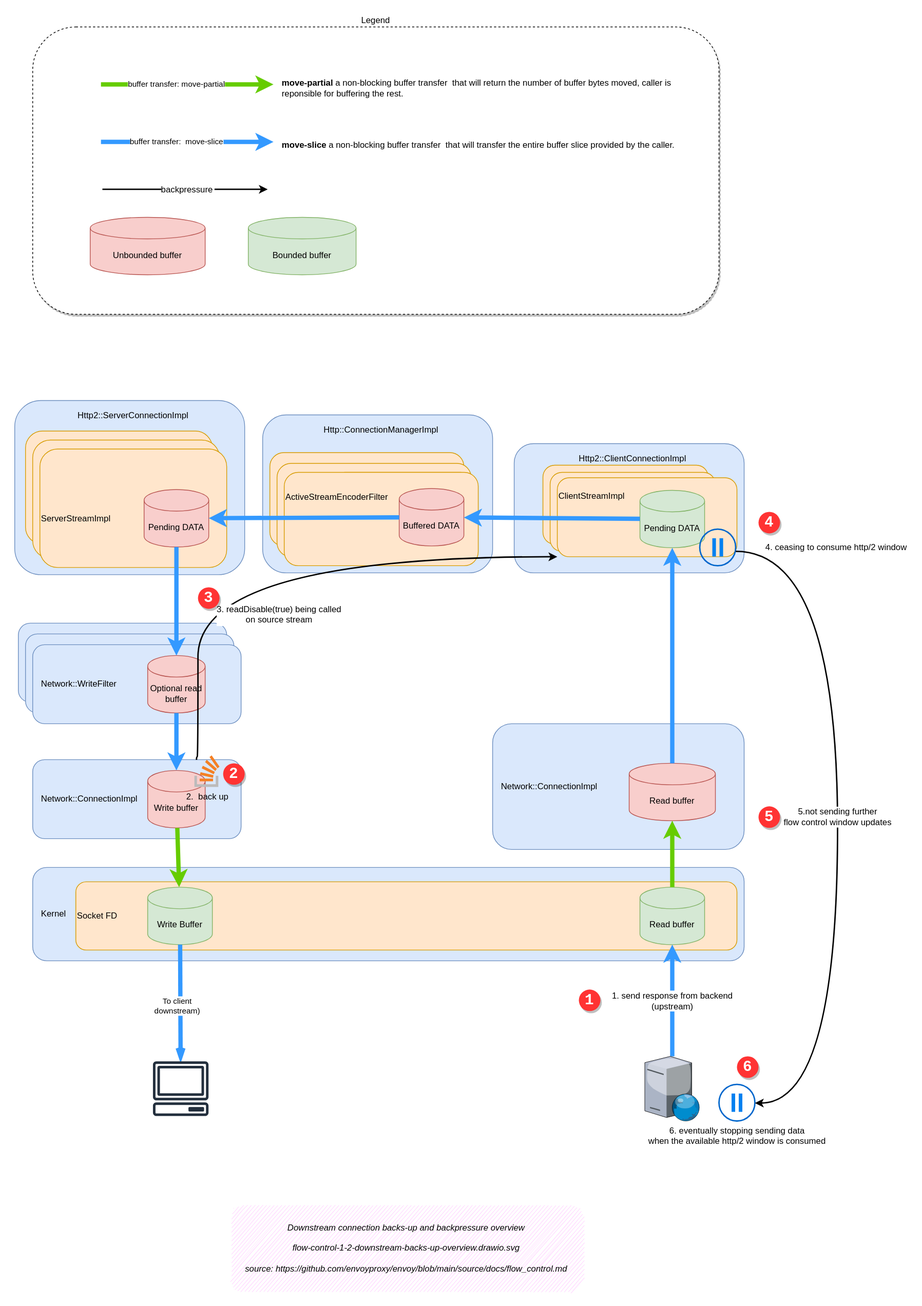
labilezhu/istio-insider keeps this draw.io diagram as docs/source/ch2-envoy/arch/flow-control/flow-control-1-2-downstream-backs-up-overview.drawio.svg. Above is the earlier version. Source tidied: cells renumbered, new cells last; positions are measured from the earlier drawing's top-left corner, leaving out a move shared by most shapes.
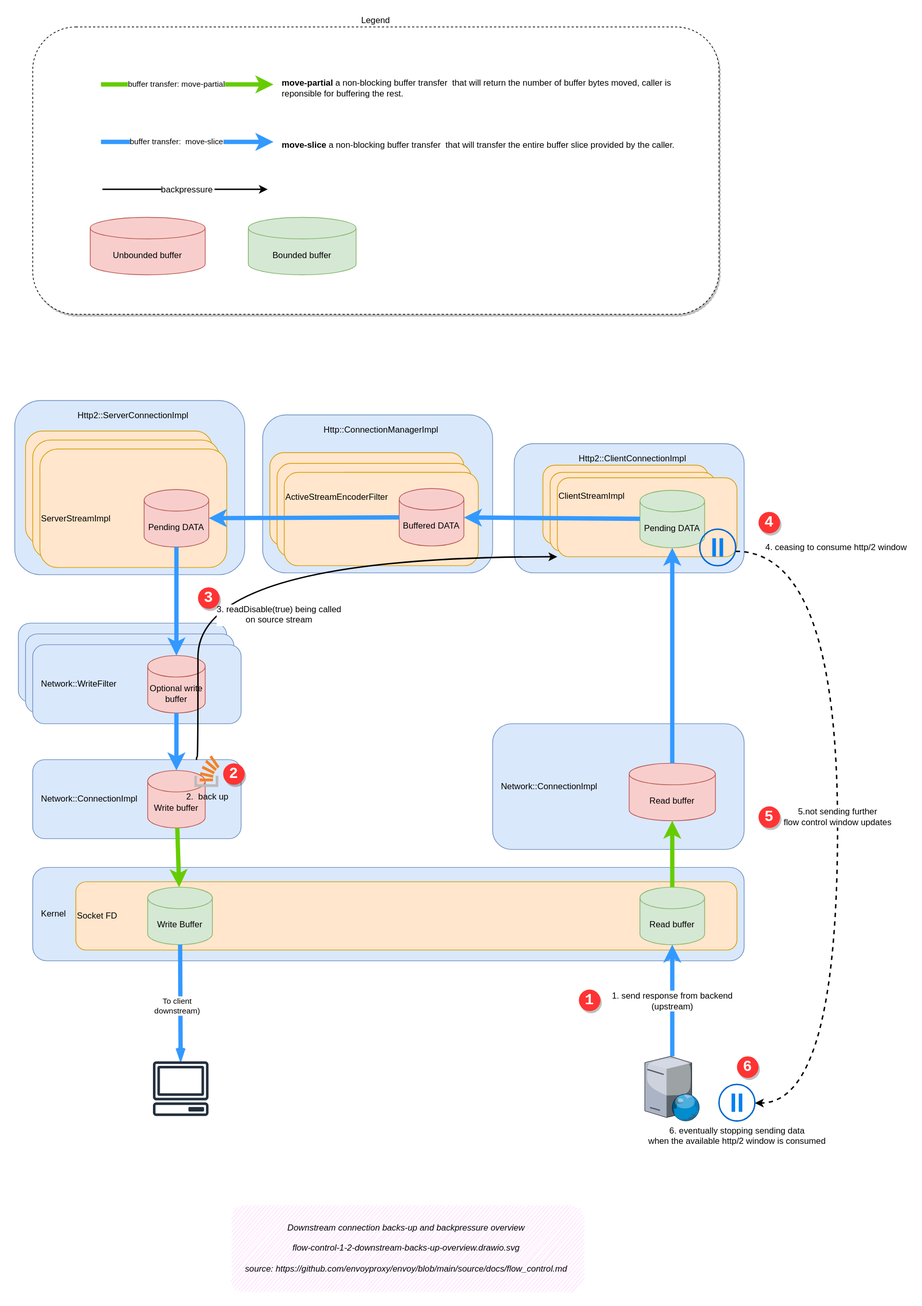
The same diagram one commit later.

Commit message:
flow control: Upstream connection backs-up and backpressure overview

What changed in the source:
```diff
@@ -61,7 +61,7 @@
     <mxCell id="18" value="Network::WriteFilter" style="rounded=1;whiteSpace=wrap;html=1;fillColor=#dae8fc;strokeColor=#6c8ebf;align=left;spacingLeft=10;" parent="1" vertex="1">
       <mxGeometry x="25" y="860" width="290" height="110" as="geometry" />
     </mxCell>
-    <mxCell id="19" value="Optional read buffer" style="shape=cylinder3;whiteSpace=wrap;html=1;boundedLbl=1;backgroundOutline=1;size=15;fillColor=#f8cecc;strokeColor=#b85450;" parent="1" vertex="1">
+    <mxCell id="19" value="Optional write buffer" style="shape=cylinder3;whiteSpace=wrap;html=1;boundedLbl=1;backgroundOutline=1;size=15;fillColor=#f8cecc;strokeColor=#b85450;" parent="1" vertex="1">
       <mxGeometry x="185" y="875" width="80" height="80" as="geometry" />
     </mxCell>
     <mxCell id="20" value="Http2::ServerConnectionImpl" style="rounded=1;whiteSpace=wrap;html=1;fillColor=#dae8fc;strokeColor=#6c8ebf;align=center;spacingLeft=10;labelPosition=center;verticalLabelPosition=top;verticalAlign=bottom;spacingTop=0;spacingBottom=-30;" parent="1" vertex="1">
@@ -193,7 +193,7 @@
         <mxPoint x="352" y="226" as="targetPoint" />
       </mxGeometry>
     </mxCell>
-    <mxCell id="60" value="5.not sending further&lt;br&gt;&amp;nbsp;flow control window updates" style="endArrow=classic;html=1;strokeWidth=2;fontSize=12;jumpStyle=arc;edgeStyle=orthogonalEdgeStyle;curved=1;" parent="1" edge="1" source="50" target="53">
+    <mxCell id="60" value="5.not sending further&lt;br&gt;&amp;nbsp;flow control window updates" style="endArrow=classic;html=1;strokeWidth=2;fontSize=12;jumpStyle=arc;edgeStyle=orthogonalEdgeStyle;curved=1;dashed=1;" parent="1" edge="1" source="50" target="53">
       <mxGeometry relative="1" as="geometry">
         <Array as="points">
           <mxPoint x="1145" y="730" />
```
